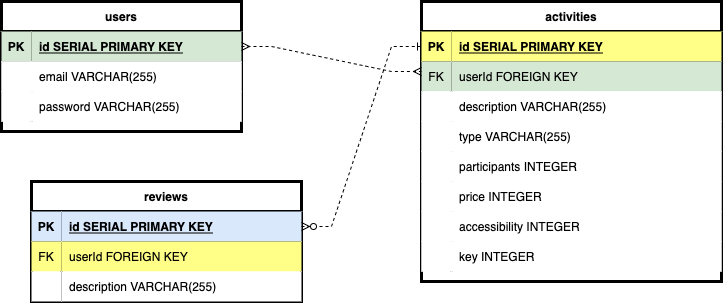
Earlier version of the draw.io export ERD.drawio.png (mvanzo/P2-Dir). Source tidied: cells renumbered, new cells last; positions are measured from the earlier drawing's top-left corner, leaving out a move shared by most shapes. The source it was exported from:
```xml
<mxGraphModel background="#FFFFFF">
  <root>
    <mxCell id="0" />
    <mxCell id="1" parent="0" />
    <mxCell id="2" value="users" style="shape=table;startSize=30;rowLines=0;fontStyle=1;align=center;strokeWidth=3;perimeterSpacing=0;" parent="1" vertex="1">
      <mxGeometry width="240" height="130" as="geometry" />
    </mxCell>
    <mxCell id="3" style="shape=tableRow;horizontal=0;startSize=0;swimlaneHead=0;swimlaneBody=0;fillColor=none;points=[[0,0.5],[1,0.5]];portConstraint=eastwest;top=0;left=0;right=0;bottom=1;" parent="2" vertex="1">
      <mxGeometry y="30" width="240" height="30" as="geometry" />
    </mxCell>
    <mxCell id="4" value="PK" style="shape=partialRectangle;fillColor=#d5e8d4;top=0;left=0;bottom=0;right=0;fontStyle=1;overflow=hidden;strokeColor=#82b366;" parent="3" vertex="1">
      <mxGeometry width="30" height="30" as="geometry" />
    </mxCell>
    <mxCell id="5" value="id SERIAL PRIMARY KEY" style="shape=partialRectangle;fillColor=#d5e8d4;top=0;left=0;bottom=0;right=0;align=left;spacingLeft=6;fontStyle=5;overflow=hidden;strokeColor=#82b366;" parent="3" vertex="1">
      <mxGeometry x="30" width="210" height="30" as="geometry" />
    </mxCell>
    <mxCell id="6" style="shape=tableRow;horizontal=0;startSize=0;swimlaneHead=0;swimlaneBody=0;top=0;left=0;right=0;bottom=0;" parent="2" vertex="1">
      <mxGeometry y="60" width="240" height="30" as="geometry" />
    </mxCell>
    <mxCell id="7" style="shape=partialRectangle;top=0;left=0;bottom=0;right=0;overflow=hidden;" parent="6" vertex="1">
      <mxGeometry width="30" height="30" as="geometry" />
    </mxCell>
    <mxCell id="8" value="email VARCHAR(255)" style="shape=partialRectangle;top=0;left=0;bottom=0;right=0;align=left;spacingLeft=6;overflow=hidden;" parent="6" vertex="1">
      <mxGeometry x="30" width="210" height="30" as="geometry" />
    </mxCell>
    <mxCell id="9" style="shape=tableRow;horizontal=0;startSize=0;swimlaneHead=0;swimlaneBody=0;top=0;left=0;right=0;bottom=0;" parent="2" vertex="1">
      <mxGeometry y="90" width="240" height="30" as="geometry" />
    </mxCell>
    <mxCell id="10" style="shape=partialRectangle;top=0;left=0;bottom=0;right=0;overflow=hidden;" parent="9" vertex="1">
      <mxGeometry width="30" height="30" as="geometry" />
    </mxCell>
    <mxCell id="11" value="password VARCHAR(255)" style="shape=partialRectangle;top=0;left=0;bottom=0;right=0;align=left;spacingLeft=6;overflow=hidden;" parent="9" vertex="1">
      <mxGeometry x="30" width="210" height="30" as="geometry" />
    </mxCell>
    <mxCell id="12" value="activities" style="shape=table;startSize=30;rowLines=0;fontStyle=1;align=center;strokeWidth=3;" parent="1" vertex="1">
      <mxGeometry x="420" width="300" height="280" as="geometry" />
    </mxCell>
    <mxCell id="13" style="shape=tableRow;horizontal=0;startSize=0;swimlaneHead=0;swimlaneBody=0;fillColor=none;points=[[0,0.5],[1,0.5]];portConstraint=eastwest;top=0;left=0;right=0;bottom=1;" parent="12" vertex="1">
      <mxGeometry y="30" width="300" height="30" as="geometry" />
    </mxCell>
    <mxCell id="14" value="PK" style="shape=partialRectangle;fillColor=#ffff88;top=0;left=0;bottom=0;right=0;fontStyle=1;overflow=hidden;strokeColor=#36393d;" parent="13" vertex="1">
      <mxGeometry width="30" height="30" as="geometry" />
    </mxCell>
    <mxCell id="15" value="id SERIAL PRIMARY KEY" style="shape=partialRectangle;fillColor=#ffff88;top=0;left=0;bottom=0;right=0;align=left;spacingLeft=6;fontStyle=5;overflow=hidden;strokeColor=#36393d;" parent="13" vertex="1">
      <mxGeometry x="30" width="270" height="30" as="geometry" />
    </mxCell>
    <mxCell id="16" style="shape=tableRow;horizontal=0;startSize=0;swimlaneHead=0;swimlaneBody=0;fillColor=none;top=0;left=0;right=0;bottom=0;" parent="12" vertex="1">
      <mxGeometry y="60" width="300" height="30" as="geometry" />
    </mxCell>
    <mxCell id="17" value="FK" style="shape=partialRectangle;top=0;left=0;bottom=0;right=0;fontStyle=0;overflow=hidden;fillColor=#d5e8d4;strokeColor=#82b366;" parent="16" vertex="1">
      <mxGeometry width="30" height="30" as="geometry" />
    </mxCell>
    <mxCell id="18" value="userId FOREIGN KEY" style="shape=partialRectangle;top=0;left=0;bottom=0;right=0;align=left;spacingLeft=6;fontStyle=0;overflow=hidden;fillColor=#d5e8d4;strokeColor=#82b366;" parent="16" vertex="1">
      <mxGeometry x="30" width="270" height="30" as="geometry" />
    </mxCell>
    <mxCell id="19" style="shape=tableRow;horizontal=0;startSize=0;swimlaneHead=0;swimlaneBody=0;top=0;left=0;right=0;bottom=0;" parent="12" vertex="1">
      <mxGeometry y="90" width="300" height="30" as="geometry" />
    </mxCell>
    <mxCell id="20" style="shape=partialRectangle;top=0;left=0;bottom=0;right=0;overflow=hidden;" parent="19" vertex="1">
      <mxGeometry width="30" height="30" as="geometry" />
    </mxCell>
    <mxCell id="21" value="description VARCHAR(255)" style="shape=partialRectangle;top=0;left=0;bottom=0;right=0;align=left;spacingLeft=6;overflow=hidden;" parent="19" vertex="1">
      <mxGeometry x="30" width="270" height="30" as="geometry" />
    </mxCell>
    <mxCell id="22" style="shape=tableRow;horizontal=0;startSize=0;swimlaneHead=0;swimlaneBody=0;top=0;left=0;right=0;bottom=0;" parent="12" vertex="1">
      <mxGeometry y="120" width="300" height="30" as="geometry" />
    </mxCell>
    <mxCell id="23" style="shape=partialRectangle;top=0;left=0;bottom=0;right=0;overflow=hidden;" parent="22" vertex="1">
      <mxGeometry width="30" height="30" as="geometry" />
    </mxCell>
    <mxCell id="24" value="type VARCHAR(255)" style="shape=partialRectangle;top=0;left=0;bottom=0;right=0;align=left;spacingLeft=6;overflow=hidden;" parent="22" vertex="1">
      <mxGeometry x="30" width="270" height="30" as="geometry" />
    </mxCell>
    <mxCell id="25" style="shape=tableRow;horizontal=0;startSize=0;swimlaneHead=0;swimlaneBody=0;top=0;left=0;right=0;bottom=0;" parent="12" vertex="1">
      <mxGeometry y="150" width="300" height="30" as="geometry" />
    </mxCell>
    <mxCell id="26" style="shape=partialRectangle;top=0;left=0;bottom=0;right=0;overflow=hidden;" parent="25" vertex="1">
      <mxGeometry width="30" height="30" as="geometry" />
    </mxCell>
    <mxCell id="27" value="participants INTEGER" style="shape=partialRectangle;top=0;left=0;bottom=0;right=0;align=left;spacingLeft=6;overflow=hidden;" parent="25" vertex="1">
      <mxGeometry x="30" width="270" height="30" as="geometry" />
    </mxCell>
    <mxCell id="28" style="shape=tableRow;horizontal=0;startSize=0;swimlaneHead=0;swimlaneBody=0;top=0;left=0;right=0;bottom=0;" parent="12" vertex="1">
      <mxGeometry y="180" width="300" height="30" as="geometry" />
    </mxCell>
    <mxCell id="29" style="shape=partialRectangle;top=0;left=0;bottom=0;right=0;overflow=hidden;" parent="28" vertex="1">
      <mxGeometry width="30" height="30" as="geometry" />
    </mxCell>
    <mxCell id="30" value="price INTEGER" style="shape=partialRectangle;top=0;left=0;bottom=0;right=0;align=left;spacingLeft=6;overflow=hidden;" parent="28" vertex="1">
      <mxGeometry x="30" width="270" height="30" as="geometry" />
    </mxCell>
    <mxCell id="31" style="shape=tableRow;horizontal=0;startSize=0;swimlaneHead=0;swimlaneBody=0;top=0;left=0;right=0;bottom=0;" parent="12" vertex="1">
      <mxGeometry y="210" width="300" height="30" as="geometry" />
    </mxCell>
    <mxCell id="32" style="shape=partialRectangle;top=0;left=0;bottom=0;right=0;overflow=hidden;" parent="31" vertex="1">
      <mxGeometry width="30" height="30" as="geometry" />
    </mxCell>
    <mxCell id="33" value="accessibility INTEGER" style="shape=partialRectangle;top=0;left=0;bottom=0;right=0;align=left;spacingLeft=6;overflow=hidden;" parent="31" vertex="1">
      <mxGeometry x="30" width="270" height="30" as="geometry" />
    </mxCell>
    <mxCell id="34" style="shape=tableRow;horizontal=0;startSize=0;swimlaneHead=0;swimlaneBody=0;top=0;left=0;right=0;bottom=0;" parent="12" vertex="1">
      <mxGeometry y="240" width="300" height="30" as="geometry" />
    </mxCell>
    <mxCell id="35" style="shape=partialRectangle;top=0;left=0;bottom=0;right=0;overflow=hidden;" parent="34" vertex="1">
      <mxGeometry width="30" height="30" as="geometry" />
    </mxCell>
    <mxCell id="36" value="key INTEGER" style="shape=partialRectangle;top=0;left=0;bottom=0;right=0;align=left;spacingLeft=6;overflow=hidden;" parent="34" vertex="1">
      <mxGeometry x="30" width="270" height="30" as="geometry" />
    </mxCell>
    <mxCell id="37" value="reviews" style="shape=table;startSize=30;rowLines=0;fontStyle=1;align=center;strokeWidth=3;" parent="1" vertex="1">
      <mxGeometry x="30" y="180" width="270" height="120" as="geometry" />
    </mxCell>
    <mxCell id="38" style="shape=tableRow;horizontal=0;startSize=0;swimlaneHead=0;swimlaneBody=0;fillColor=none;points=[[0,0.5],[1,0.5]];portConstraint=eastwest;top=0;left=0;right=0;bottom=1;strokeWidth=3;" parent="37" vertex="1">
      <mxGeometry y="30" width="270" height="30" as="geometry" />
    </mxCell>
    <mxCell id="39" value="PK" style="shape=partialRectangle;top=0;left=0;bottom=0;right=0;fontStyle=1;overflow=hidden;strokeWidth=3;fillColor=#dae8fc;strokeColor=#6c8ebf;" parent="38" vertex="1">
      <mxGeometry width="30" height="30" as="geometry" />
    </mxCell>
    <mxCell id="40" value="id SERIAL PRIMARY KEY" style="shape=partialRectangle;top=0;left=0;bottom=0;right=0;align=left;spacingLeft=6;fontStyle=5;overflow=hidden;strokeWidth=3;fillColor=#dae8fc;strokeColor=#6c8ebf;" parent="38" vertex="1">
      <mxGeometry x="30" width="240" height="30" as="geometry" />
    </mxCell>
    <mxCell id="41" style="shape=tableRow;horizontal=0;startSize=0;swimlaneHead=0;swimlaneBody=0;fillColor=none;points=[[0,0.5],[1,0.5]];portConstraint=eastwest;top=0;left=0;right=0;bottom=0;strokeWidth=3;" parent="37" vertex="1">
      <mxGeometry y="60" width="270" height="30" as="geometry" />
    </mxCell>
    <mxCell id="42" value="FK" style="shape=partialRectangle;fillColor=#ffff88;top=0;left=0;bottom=0;right=0;overflow=hidden;strokeWidth=3;strokeColor=#36393d;" parent="41" vertex="1">
      <mxGeometry width="30" height="30" as="geometry" />
    </mxCell>
    <mxCell id="43" value="userId FOREIGN KEY" style="shape=partialRectangle;fillColor=#ffff88;top=0;left=0;bottom=0;right=0;align=left;spacingLeft=6;overflow=hidden;strokeWidth=3;strokeColor=#36393d;" parent="41" vertex="1">
      <mxGeometry x="30" width="240" height="30" as="geometry" />
    </mxCell>
    <mxCell id="44" style="shape=tableRow;horizontal=0;startSize=0;swimlaneHead=0;swimlaneBody=0;fillColor=none;top=0;left=0;right=0;bottom=0;strokeWidth=3;" parent="37" vertex="1">
      <mxGeometry y="90" width="270" height="30" as="geometry" />
    </mxCell>
    <mxCell id="45" style="shape=partialRectangle;top=0;left=0;bottom=0;right=0;overflow=hidden;strokeWidth=3;" parent="44" vertex="1">
      <mxGeometry width="30" height="30" as="geometry" />
    </mxCell>
    <mxCell id="46" value="description VARCHAR(255)" style="shape=partialRectangle;top=0;left=0;bottom=0;right=0;align=left;spacingLeft=6;overflow=hidden;strokeWidth=3;" parent="44" vertex="1">
      <mxGeometry x="30" width="240" height="30" as="geometry" />
    </mxCell>
    <mxCell id="47" style="edgeStyle=entityRelationEdgeStyle;fontSize=12;html=1;endArrow=ERmany;startArrow=ERmany;rounded=0;entryX=0;entryY=0.25;entryDx=0;entryDy=0;dashed=1;strokeWidth=1;" parent="1" edge="1" source="3" target="12">
      <mxGeometry relative="1" as="geometry" />
    </mxCell>
    <mxCell id="48" style="edgeStyle=entityRelationEdgeStyle;fontSize=12;html=1;endArrow=ERone;startArrow=ERzeroToMany;rounded=0;dashed=1;strokeWidth=1;entryX=0;entryY=0.5;entryDx=0;entryDy=0;exitX=1;exitY=0.5;exitDx=0;exitDy=0;endFill=0;" parent="1" edge="1" source="38" target="13">
      <mxGeometry relative="1" as="geometry" />
    </mxCell>
  </root>
</mxGraphModel>
```
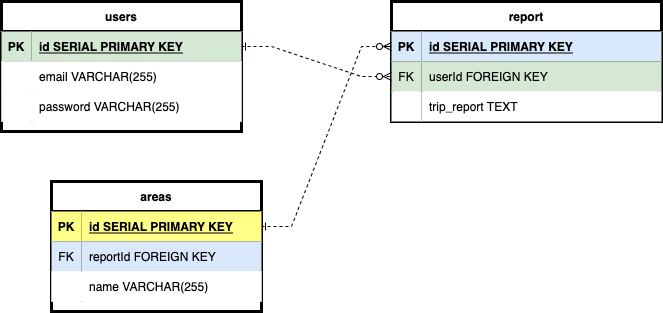
After the commit.

The edit, as a diff of the source:
```diff
@@ -32,83 +32,38 @@
     <mxCell id="11" value="password VARCHAR(255)" style="shape=partialRectangle;top=0;left=0;bottom=0;right=0;align=left;spacingLeft=6;overflow=hidden;" parent="9" vertex="1">
       <mxGeometry x="30" width="210" height="30" as="geometry" />
     </mxCell>
-    <mxCell id="12" value="activities" style="shape=table;startSize=30;rowLines=0;fontStyle=1;align=center;strokeWidth=3;" parent="1" vertex="1">
-      <mxGeometry x="420" width="300" height="280" as="geometry" />
+    <mxCell id="12" value="areas" style="shape=table;startSize=30;rowLines=0;fontStyle=1;align=center;strokeWidth=3;" parent="1" vertex="1">
+      <mxGeometry x="50" y="180" width="210" height="130" as="geometry" />
     </mxCell>
     <mxCell id="13" style="shape=tableRow;horizontal=0;startSize=0;swimlaneHead=0;swimlaneBody=0;fillColor=none;points=[[0,0.5],[1,0.5]];portConstraint=eastwest;top=0;left=0;right=0;bottom=1;" parent="12" vertex="1">
-      <mxGeometry y="30" width="300" height="30" as="geometry" />
+      <mxGeometry y="30" width="210" height="30" as="geometry" />
     </mxCell>
     <mxCell id="14" value="PK" style="shape=partialRectangle;fillColor=#ffff88;top=0;left=0;bottom=0;right=0;fontStyle=1;overflow=hidden;strokeColor=#36393d;" parent="13" vertex="1">
       <mxGeometry width="30" height="30" as="geometry" />
     </mxCell>
     <mxCell id="15" value="id SERIAL PRIMARY KEY" style="shape=partialRectangle;fillColor=#ffff88;top=0;left=0;bottom=0;right=0;align=left;spacingLeft=6;fontStyle=5;overflow=hidden;strokeColor=#36393d;" parent="13" vertex="1">
-      <mxGeometry x="30" width="270" height="30" as="geometry" />
+      <mxGeometry x="30" width="180" height="30" as="geometry" />
     </mxCell>
     <mxCell id="16" style="shape=tableRow;horizontal=0;startSize=0;swimlaneHead=0;swimlaneBody=0;fillColor=none;top=0;left=0;right=0;bottom=0;" parent="12" vertex="1">
-      <mxGeometry y="60" width="300" height="30" as="geometry" />
+      <mxGeometry y="60" width="210" height="30" as="geometry" />
     </mxCell>
-    <mxCell id="17" value="FK" style="shape=partialRectangle;top=0;left=0;bottom=0;right=0;fontStyle=0;overflow=hidden;fillColor=#d5e8d4;strokeColor=#82b366;" parent="16" vertex="1">
+    <mxCell id="17" value="FK" style="shape=partialRectangle;top=0;left=0;bottom=0;right=0;fontStyle=0;overflow=hidden;fillColor=#dae8fc;strokeColor=#6c8ebf;" parent="16" vertex="1">
       <mxGeometry width="30" height="30" as="geometry" />
     </mxCell>
-    <mxCell id="18" value="userId FOREIGN KEY" style="shape=partialRectangle;top=0;left=0;bottom=0;right=0;align=left;spacingLeft=6;fontStyle=0;overflow=hidden;fillColor=#d5e8d4;strokeColor=#82b366;" parent="16" vertex="1">
-      <mxGeometry x="30" width="270" height="30" as="geometry" />
+    <mxCell id="18" value="reportId FOREIGN KEY" style="shape=partialRectangle;top=0;left=0;bottom=0;right=0;align=left;spacingLeft=6;fontStyle=0;overflow=hidden;fillColor=#dae8fc;strokeColor=#6c8ebf;" parent="16" vertex="1">
+      <mxGeometry x="30" width="180" height="30" as="geometry" />
     </mxCell>
-    <mxCell id="19" style="shape=tableRow;horizontal=0;startSize=0;swimlaneHead=0;swimlaneBody=0;top=0;left=0;right=0;bottom=0;" parent="12" vertex="1">
-      <mxGeometry y="90" width="300" height="30" as="geometry" />
-    </mxCell>
-    <mxCell id="20" style="shape=partialRectangle;top=0;left=0;bottom=0;right=0;overflow=hidden;" parent="19" vertex="1">
-      <mxGeometry width="30" height="30" as="geometry" />
-    </mxCell>
-    <mxCell id="21" value="description VARCHAR(255)" style="shape=partialRectangle;top=0;left=0;bottom=0;right=0;align=left;spacingLeft=6;overflow=hidden;" parent="19" vertex="1">
-      <mxGeometry x="30" width="270" height="30" as="geometry" />
-    </mxCell>
-    <mxCell id="22" style="shape=tableRow;horizontal=0;startSize=0;swimlaneHead=0;swimlaneBody=0;top=0;left=0;right=0;bottom=0;" parent="12" vertex="1">
-      <mxGeometry y="120" width="300" height="30" as="geometry" />
-    </mxCell>
-    <mxCell id="23" style="shape=partialRectangle;top=0;left=0;bottom=0;right=0;overflow=hidden;" parent="22" vertex="1">
-      <mxGeometry width="30" height="30" as="geometry" />
-    </mxCell>
-    <mxCell id="24" value="type VARCHAR(255)" style="shape=partialRectangle;top=0;left=0;bottom=0;right=0;align=left;spacingLeft=6;overflow=hidden;" parent="22" vertex="1">
-      <mxGeometry x="30" width="270" height="30" as="geometry" />
-    </mxCell>
     <mxCell id="25" style="shape=tableRow;horizontal=0;startSize=0;swimlaneHead=0;swimlaneBody=0;top=0;left=0;right=0;bottom=0;" parent="12" vertex="1">
-      <mxGeometry y="150" width="300" height="30" as="geometry" />
+      <mxGeometry y="90" width="210" height="30" as="geometry" />
     </mxCell>
     <mxCell id="26" style="shape=partialRectangle;top=0;left=0;bottom=0;right=0;overflow=hidden;" parent="25" vertex="1">
       <mxGeometry width="30" height="30" as="geometry" />
     </mxCell>
-    <mxCell id="27" value="participants INTEGER" style="shape=partialRectangle;top=0;left=0;bottom=0;right=0;align=left;spacingLeft=6;overflow=hidden;" parent="25" vertex="1">
-      <mxGeometry x="30" width="270" height="30" as="geometry" />
+    <mxCell id="27" value="name VARCHAR(255)" style="shape=partialRectangle;top=0;left=0;bottom=0;right=0;align=left;spacingLeft=6;overflow=hidden;" parent="25" vertex="1">
+      <mxGeometry x="30" width="180" height="30" as="geometry" />
     </mxCell>
-    <mxCell id="28" style="shape=tableRow;horizontal=0;startSize=0;swimlaneHead=0;swimlaneBody=0;top=0;left=0;right=0;bottom=0;" parent="12" vertex="1">
-      <mxGeometry y="180" width="300" height="30" as="geometry" />
-    </mxCell>
-    <mxCell id="29" style="shape=partialRectangle;top=0;left=0;bottom=0;right=0;overflow=hidden;" parent="28" vertex="1">
-      <mxGeometry width="30" height="30" as="geometry" />
-    </mxCell>
-    <mxCell id="30" value="price INTEGER" style="shape=partialRectangle;top=0;left=0;bottom=0;right=0;align=left;spacingLeft=6;overflow=hidden;" parent="28" vertex="1">
-      <mxGeometry x="30" width="270" height="30" as="geometry" />
-    </mxCell>
-    <mxCell id="31" style="shape=tableRow;horizontal=0;startSize=0;swimlaneHead=0;swimlaneBody=0;top=0;left=0;right=0;bottom=0;" parent="12" vertex="1">
-      <mxGeometry y="210" width="300" height="30" as="geometry" />
-    </mxCell>
-    <mxCell id="32" style="shape=partialRectangle;top=0;left=0;bottom=0;right=0;overflow=hidden;" parent="31" vertex="1">
-      <mxGeometry width="30" height="30" as="geometry" />
-    </mxCell>
-    <mxCell id="33" value="accessibility INTEGER" style="shape=partialRectangle;top=0;left=0;bottom=0;right=0;align=left;spacingLeft=6;overflow=hidden;" parent="31" vertex="1">
-      <mxGeometry x="30" width="270" height="30" as="geometry" />
-    </mxCell>
-    <mxCell id="34" style="shape=tableRow;horizontal=0;startSize=0;swimlaneHead=0;swimlaneBody=0;top=0;left=0;right=0;bottom=0;" parent="12" vertex="1">
-      <mxGeometry y="240" width="300" height="30" as="geometry" />
-    </mxCell>
-    <mxCell id="35" style="shape=partialRectangle;top=0;left=0;bottom=0;right=0;overflow=hidden;" parent="34" vertex="1">
-      <mxGeometry width="30" height="30" as="geometry" />
-    </mxCell>
-    <mxCell id="36" value="key INTEGER" style="shape=partialRectangle;top=0;left=0;bottom=0;right=0;align=left;spacingLeft=6;overflow=hidden;" parent="34" vertex="1">
-      <mxGeometry x="30" width="270" height="30" as="geometry" />
-    </mxCell>
-    <mxCell id="37" value="reviews" style="shape=table;startSize=30;rowLines=0;fontStyle=1;align=center;strokeWidth=3;" parent="1" vertex="1">
-      <mxGeometry x="30" y="180" width="270" height="120" as="geometry" />
+    <mxCell id="37" value="report" style="shape=table;startSize=30;rowLines=0;fontStyle=1;align=center;strokeWidth=3;" parent="1" vertex="1">
+      <mxGeometry x="390" width="270" height="120" as="geometry" />
     </mxCell>
     <mxCell id="38" style="shape=tableRow;horizontal=0;startSize=0;swimlaneHead=0;swimlaneBody=0;fillColor=none;points=[[0,0.5],[1,0.5]];portConstraint=eastwest;top=0;left=0;right=0;bottom=1;strokeWidth=3;" parent="37" vertex="1">
       <mxGeometry y="30" width="270" height="30" as="geometry" />
@@ -122,10 +77,10 @@
     <mxCell id="41" style="shape=tableRow;horizontal=0;startSize=0;swimlaneHead=0;swimlaneBody=0;fillColor=none;points=[[0,0.5],[1,0.5]];portConstraint=eastwest;top=0;left=0;right=0;bottom=0;strokeWidth=3;" parent="37" vertex="1">
       <mxGeometry y="60" width="270" height="30" as="geometry" />
     </mxCell>
-    <mxCell id="42" value="FK" style="shape=partialRectangle;fillColor=#ffff88;top=0;left=0;bottom=0;right=0;overflow=hidden;strokeWidth=3;strokeColor=#36393d;" parent="41" vertex="1">
+    <mxCell id="42" value="FK" style="shape=partialRectangle;fillColor=#d5e8d4;top=0;left=0;bottom=0;right=0;overflow=hidden;strokeWidth=3;strokeColor=#82b366;" parent="41" vertex="1">
       <mxGeometry width="30" height="30" as="geometry" />
     </mxCell>
-    <mxCell id="43" value="userId FOREIGN KEY" style="shape=partialRectangle;fillColor=#ffff88;top=0;left=0;bottom=0;right=0;align=left;spacingLeft=6;overflow=hidden;strokeWidth=3;strokeColor=#36393d;" parent="41" vertex="1">
+    <mxCell id="43" value="userId FOREIGN KEY" style="shape=partialRectangle;fillColor=#d5e8d4;top=0;left=0;bottom=0;right=0;align=left;spacingLeft=6;overflow=hidden;strokeWidth=3;strokeColor=#82b366;" parent="41" vertex="1">
       <mxGeometry x="30" width="240" height="30" as="geometry" />
     </mxCell>
     <mxCell id="44" style="shape=tableRow;horizontal=0;startSize=0;swimlaneHead=0;swimlaneBody=0;fillColor=none;top=0;left=0;right=0;bottom=0;strokeWidth=3;" parent="37" vertex="1">
@@ -134,14 +89,14 @@
     <mxCell id="45" style="shape=partialRectangle;top=0;left=0;bottom=0;right=0;overflow=hidden;strokeWidth=3;" parent="44" vertex="1">
       <mxGeometry width="30" height="30" as="geometry" />
     </mxCell>
-    <mxCell id="46" value="description VARCHAR(255)" style="shape=partialRectangle;top=0;left=0;bottom=0;right=0;align=left;spacingLeft=6;overflow=hidden;strokeWidth=3;" parent="44" vertex="1">
+    <mxCell id="46" value="trip_report TEXT" style="shape=partialRectangle;top=0;left=0;bottom=0;right=0;align=left;spacingLeft=6;overflow=hidden;strokeWidth=3;" parent="44" vertex="1">
       <mxGeometry x="30" width="240" height="30" as="geometry" />
     </mxCell>
-    <mxCell id="47" style="edgeStyle=entityRelationEdgeStyle;fontSize=12;html=1;endArrow=ERmany;startArrow=ERmany;rounded=0;entryX=0;entryY=0.25;entryDx=0;entryDy=0;dashed=1;strokeWidth=1;" parent="1" edge="1" source="3" target="12">
-      <mxGeometry relative="1" as="geometry" />
-    </mxCell>
-    <mxCell id="48" style="edgeStyle=entityRelationEdgeStyle;fontSize=12;html=1;endArrow=ERone;startArrow=ERzeroToMany;rounded=0;dashed=1;strokeWidth=1;entryX=0;entryY=0.5;entryDx=0;entryDy=0;exitX=1;exitY=0.5;exitDx=0;exitDy=0;endFill=0;" parent="1" edge="1" source="38" target="13">
-      <mxGeometry relative="1" as="geometry" />
-    </mxCell>
+    <mxCell id="49" style="edgeStyle=entityRelationEdgeStyle;fontSize=12;html=1;endArrow=ERzeroToMany;startArrow=ERone;rounded=0;dashed=1;strokeWidth=1;exitX=1;exitY=0.5;exitDx=0;exitDy=0;startFill=0;" parent="1" edge="1" source="3" target="41">
+      <mxGeometry relative="1" as="geometry" />
+    </mxCell>
+    <mxCell id="50" style="edgeStyle=entityRelationEdgeStyle;fontSize=12;html=1;endArrow=ERzeroToMany;rounded=0;dashed=1;strokeWidth=1;exitX=1;exitY=0.5;exitDx=0;exitDy=0;entryX=0;entryY=0.5;entryDx=0;entryDy=0;endFill=0;startArrow=ERone;startFill=0;" parent="1" edge="1" source="13" target="38">
+      <mxGeometry relative="1" as="geometry" />
+    </mxCell>
   </root>
 </mxGraphModel>
```
